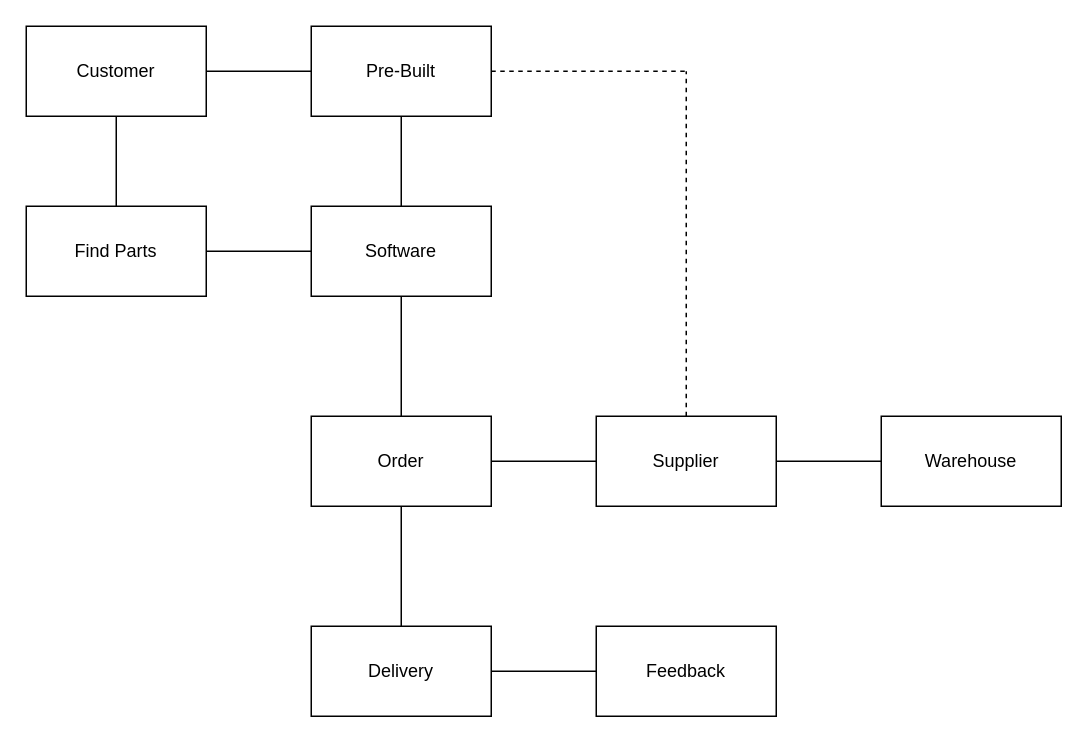
Earlier version of the draw.io diagram diagrams/drawio/toplevel.drawio (siomsrice/Group-3). Source tidied: cells renumbered, new cells numbered last; positions are measured from the earlier drawing's top-left corner, leaving out a move shared by most shapes. Both pictures are drawn from the tidied source at 150%, with x=0, y=0 at pixel (26, 26).
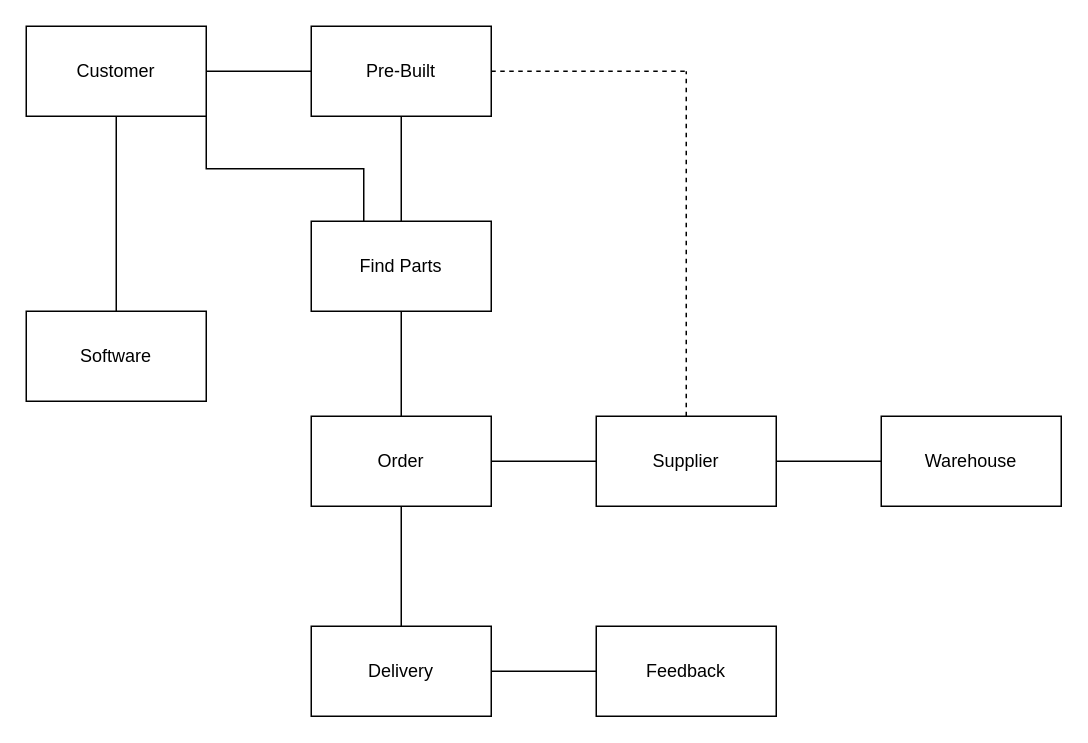
The same diagram, later.

The change refers to these unchanged cells:
```xml
<mxCell id="4" style="rounded=0;whiteSpace=wrap;html=1;" parent="1" vertex="1">
  <mxGeometry width="120" height="60" as="geometry" />
</mxCell>
<mxCell id="8" style="rounded=0;whiteSpace=wrap;html=1;" parent="1" vertex="1">
  <mxGeometry x="190" y="260" width="120" height="60" as="geometry" />
</mxCell>
<mxCell id="27" value="Pre-Built" style="rounded=0;whiteSpace=wrap;html=1;" parent="1" vertex="1">
  <mxGeometry x="190" width="120" height="60" as="geometry" />
</mxCell>
```

Change to the diagram source:
```diff
@@
+    <mxCell id="3" style="edgeStyle=orthogonalEdgeStyle;rounded=0;jettySize=auto;html=1;exitX=1;exitY=0.5;exitDx=0;exitDy=0;entryX=0;entryY=0.5;entryDx=0;entryDy=0;endArrow=none;endFill=0;" parent="1" edge="1" source="4" target="27">
+      <mxGeometry relative="1" as="geometry" />
+    </mxCell>
-    <mxCell id="2" style="edgeStyle=orthogonalEdgeStyle;rounded=0;jettySize=auto;html=1;exitX=0.5;exitY=1;exitDx=0;exitDy=0;entryX=0.5;entryY=0;entryDx=0;entryDy=0;endArrow=none;endFill=0;" parent="1" edge="1" source="4" target="22">
+    <mxCell id="2" style="edgeStyle=orthogonalEdgeStyle;rounded=0;jettySize=auto;html=1;exitX=1;exitY=1;exitDx=0;exitDy=0;entryX=0.25;entryY=0;entryDx=0;entryDy=0;endArrow=none;endFill=0;" parent="1" edge="1" source="4" target="22">
       <mxGeometry relative="1" as="geometry" />
     </mxCell>
-    <mxCell id="3" style="edgeStyle=orthogonalEdgeStyle;rounded=0;jettySize=auto;html=1;exitX=1;exitY=0.5;exitDx=0;exitDy=0;entryX=0;entryY=0.5;entryDx=0;entryDy=0;endArrow=none;endFill=0;" parent="1" edge="1" source="4" target="27">
-      <mxGeometry relative="1" as="geometry" />
-    </mxCell>
+    <mxCell id="30" style="edgeStyle=orthogonalEdgeStyle;rounded=0;jettySize=auto;html=1;exitX=0.5;exitY=1;exitDx=0;exitDy=0;entryX=0.5;entryY=0;entryDx=0;entryDy=0;endArrow=none;endFill=0;" parent="1" edge="1" source="4" target="24">
+      <mxGeometry relative="1" as="geometry" />
+    </mxCell>
@@
-    <mxCell id="20" style="edgeStyle=none;rounded=0;jettySize=auto;html=1;exitX=1;exitY=0.5;exitDx=0;exitDy=0;entryX=0;entryY=0.5;entryDx=0;entryDy=0;endArrow=none;endFill=0;" parent="1" edge="1" source="21" target="24">
-      <mxGeometry relative="1" as="geometry" />
-    </mxCell>
     <mxCell id="21" style="rounded=0;whiteSpace=wrap;html=1;" parent="1" vertex="1">
-      <mxGeometry y="120" width="120" height="60" as="geometry" />
+      <mxGeometry x="190" y="130" width="120" height="60" as="geometry" />
     </mxCell>
+    <mxCell id="31" style="edgeStyle=orthogonalEdgeStyle;rounded=0;jettySize=auto;html=1;exitX=0.5;exitY=1;exitDx=0;exitDy=0;entryX=0.5;entryY=0;entryDx=0;entryDy=0;endArrow=none;endFill=0;" parent="1" edge="1" source="22" target="8">
+      <mxGeometry relative="1" as="geometry" />
+    </mxCell>
     <mxCell id="22" value="Find Parts" style="text;html=1;strokeColor=none;fillColor=none;align=center;verticalAlign=middle;whiteSpace=wrap;rounded=0;" parent="1" vertex="1">
-      <mxGeometry x="10" y="120" width="100" height="60" as="geometry" />
+      <mxGeometry x="200" y="130" width="100" height="60" as="geometry" />
     </mxCell>
-    <mxCell id="23" style="edgeStyle=orthogonalEdgeStyle;rounded=0;jettySize=auto;html=1;exitX=0.5;exitY=1;exitDx=0;exitDy=0;entryX=0.5;entryY=0;entryDx=0;entryDy=0;endArrow=none;endFill=0;" parent="1" edge="1" source="24" target="8">
-      <mxGeometry relative="1" as="geometry" />
-    </mxCell>
     <mxCell id="24" value="Software" style="rounded=0;whiteSpace=wrap;html=1;" parent="1" vertex="1">
-      <mxGeometry x="190" y="120" width="120" height="60" as="geometry" />
+      <mxGeometry y="190" width="120" height="60" as="geometry" />
     </mxCell>
-    <mxCell id="25" style="edgeStyle=none;rounded=0;jettySize=auto;html=1;exitX=0.5;exitY=1;exitDx=0;exitDy=0;entryX=0.5;entryY=0;entryDx=0;entryDy=0;endArrow=none;endFill=0;" parent="1" edge="1" source="27" target="24">
-      <mxGeometry relative="1" as="geometry" />
-    </mxCell>
@@
+    <mxCell id="32" style="edgeStyle=orthogonalEdgeStyle;rounded=0;jettySize=auto;html=1;exitX=0.5;exitY=1;exitDx=0;exitDy=0;entryX=0.5;entryY=0;entryDx=0;entryDy=0;endArrow=none;endFill=0;" parent="1" edge="1" source="27" target="22">
+      <mxGeometry relative="1" as="geometry" />
+    </mxCell>
```
